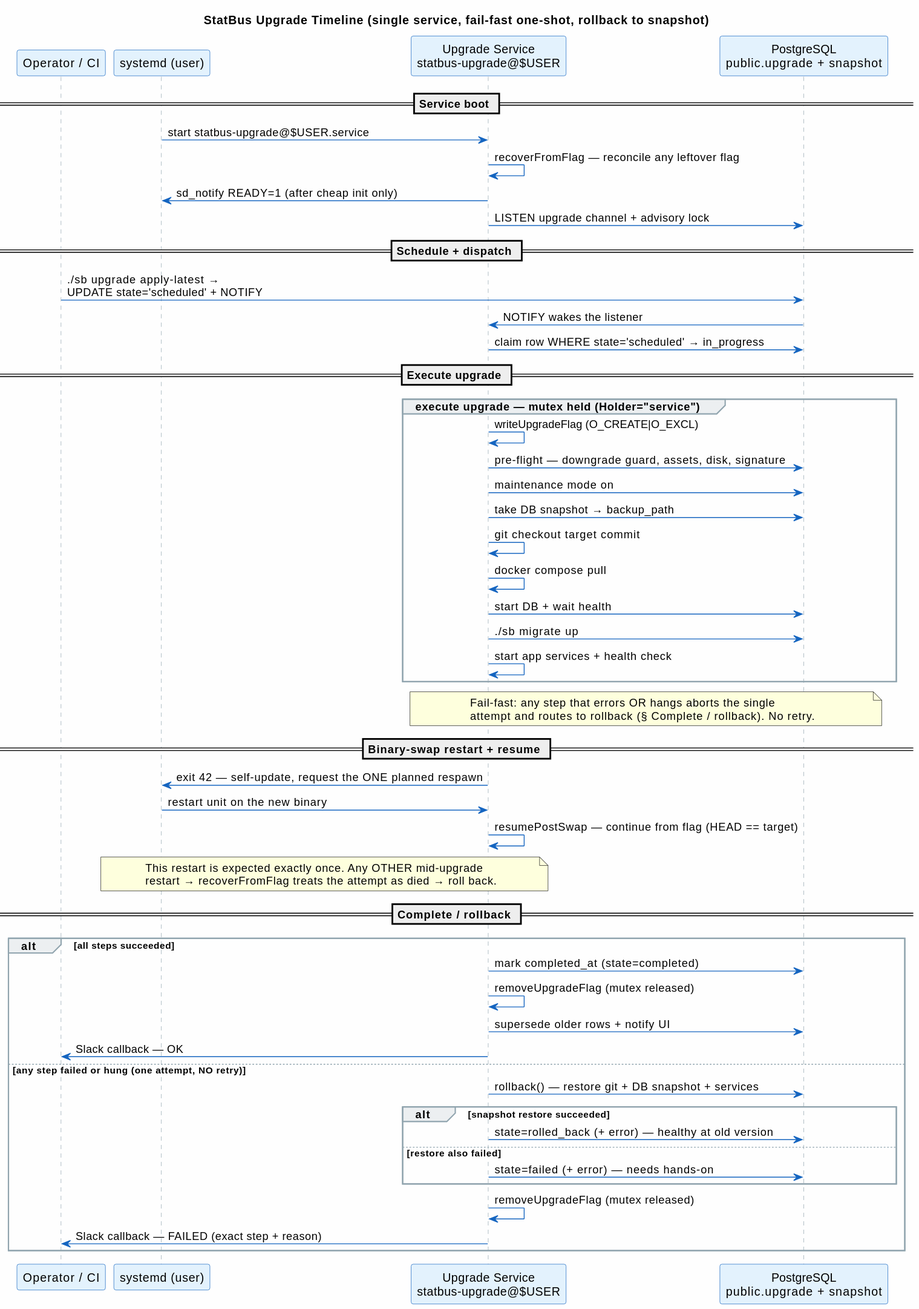
This is doc/diagrams/upgrade-timeline.svg from statisticsnorway/statbus, a PlantUML export, as it was before one commit.
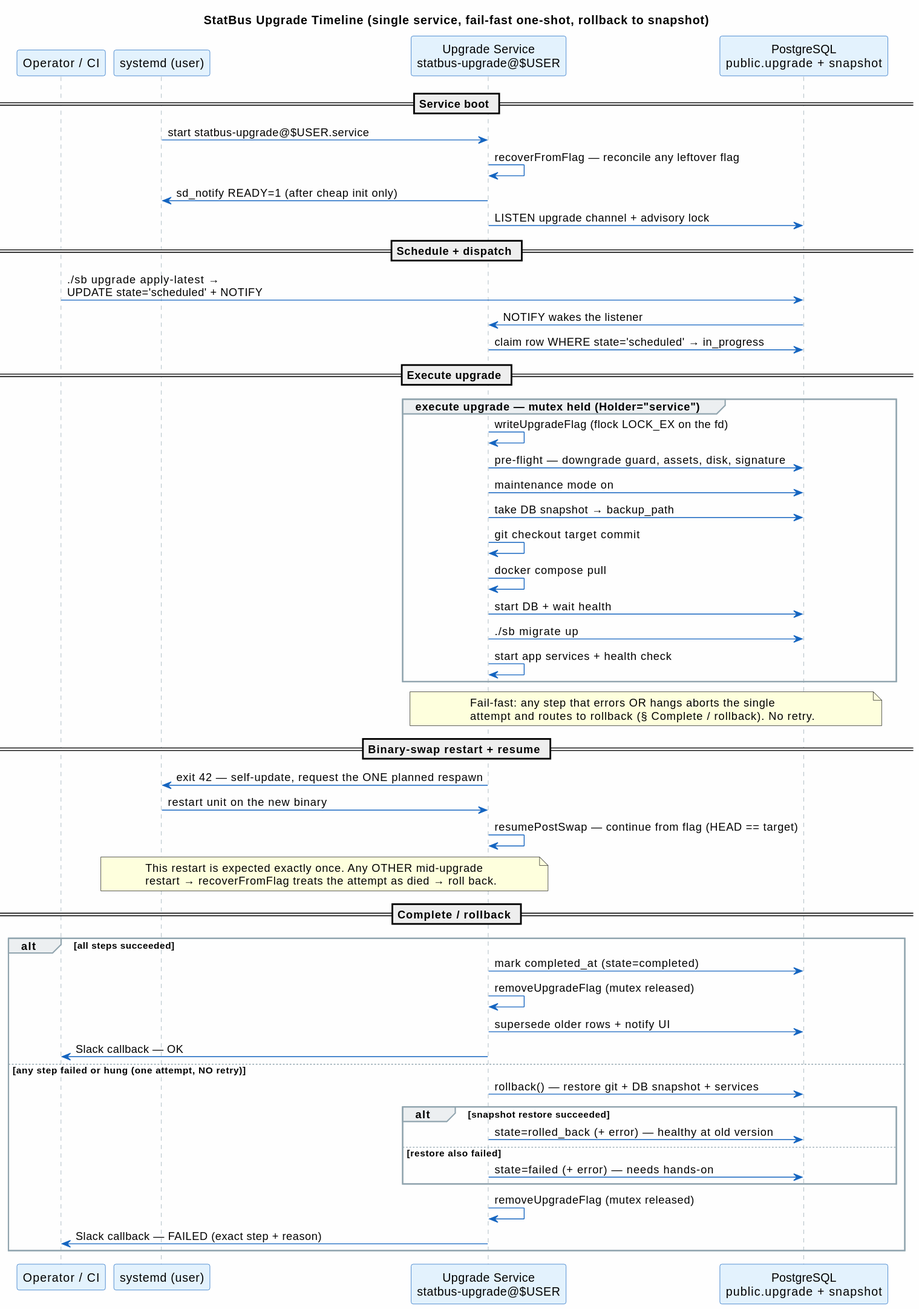
Later version of the same file.

Commit message:
doc: correct upgrade-timeline to the real flock mutex + Phase-ladder recovery

What changed in the source:
```diff
@@ -29,7 +29,7 @@
 
 == Execute upgrade ==
 group execute upgrade — mutex held (Holder="service")
-    service -> service : writeUpgradeFlag (O_CREATE|O_EXCL)
+    service -> service : writeUpgradeFlag (flock LOCK_EX on the fd)
     service -> db : pre-flight — downgrade guard, assets, disk, signature
     service -> db : maintenance mode on
     service -> db : take DB snapshot → backup_path
```
